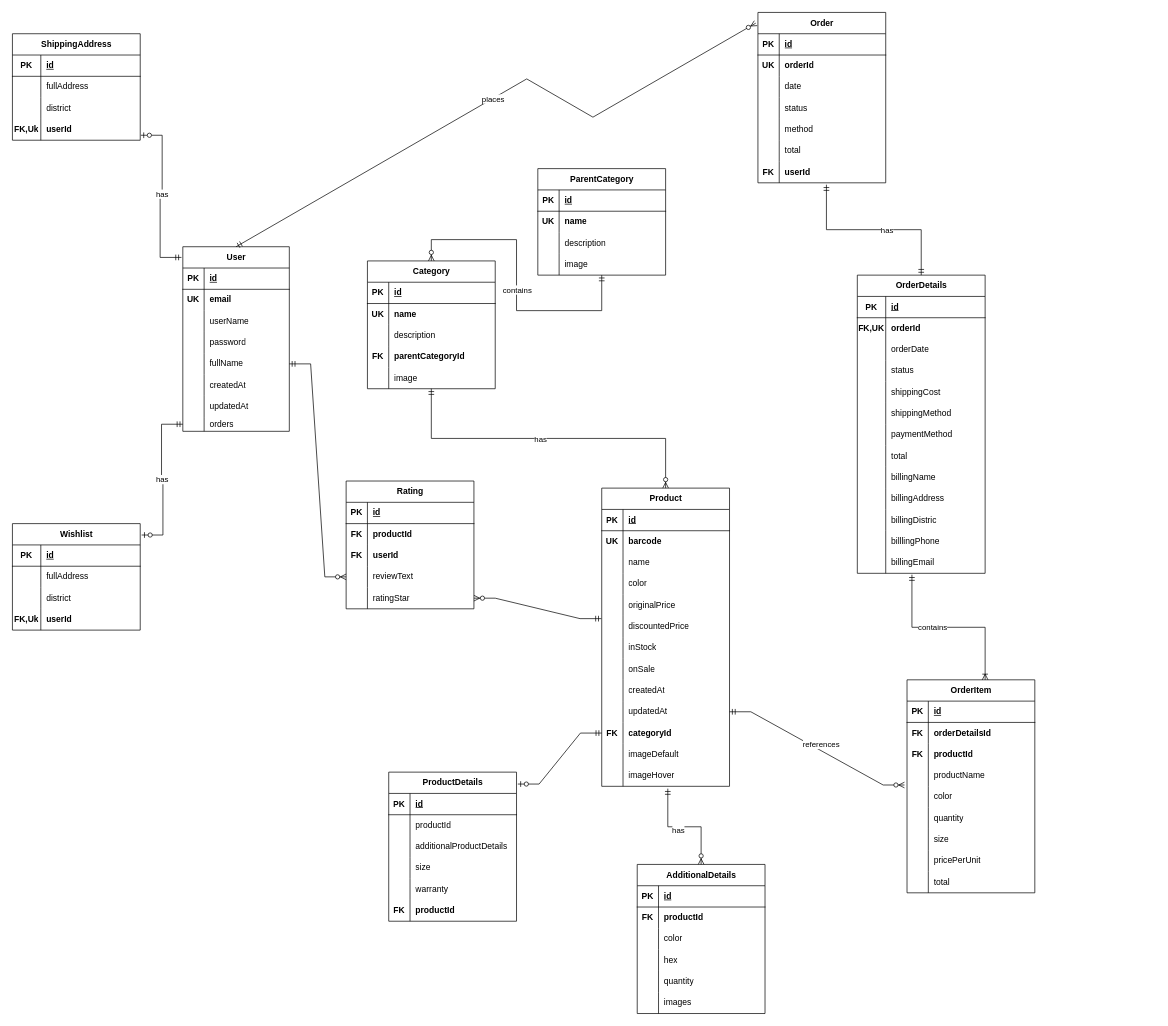
Before: Untitled Diagram.drawio in RadifTajwar/tithi-khalamoni, a draw.io diagram. Source tidied: cells renumbered, new cells numbered last; positions are measured from the earlier drawing's top-left corner, leaving out a move shared by most shapes. Both pictures are drawn from the tidied source at 71%, with x=0, y=0 at pixel (12, 12).
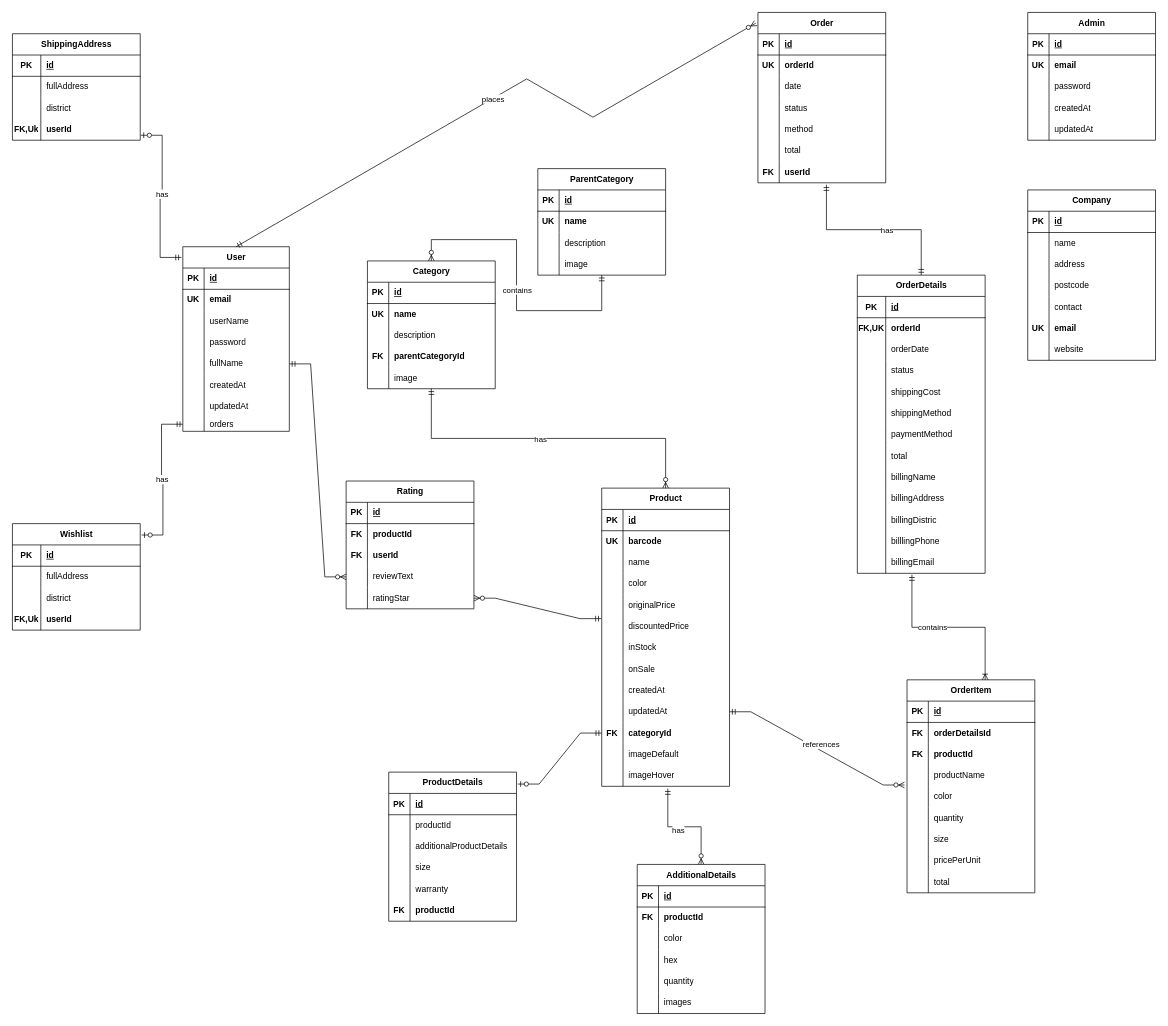
The same page after the edit.

Diff of the diagram source:
```diff
@@
+    <mxCell id="287" value="Admin" style="shape=table;startSize=30;childLayout=tableLayout;rowLines=0;fontStyle=1;align=center;html=1;" parent="1" vertex="1">
+      <mxGeometry x="1430" width="180" height="180" as="geometry" />
+    </mxCell>
+    <mxCell id="288" style="shape=tableRow;horizontal=0;startSize=0;swimlaneHead=0;swimlaneBody=0;fillColor=none;top=0;left=0;right=0;bottom=1;" parent="287" vertex="1">
+      <mxGeometry y="30" width="180" height="30" as="geometry" />
+    </mxCell>
+    <mxCell id="289" value="PK" style="shape=partialRectangle;fillColor=none;top=0;left=0;bottom=0;right=0;fontStyle=1;overflow=hidden;whiteSpace=wrap;html=1;" parent="288" vertex="1">
+      <mxGeometry width="30" height="30" as="geometry" />
+    </mxCell>
+    <mxCell id="290" value="id" style="shape=partialRectangle;fillColor=none;top=0;left=0;bottom=0;right=0;align=left;spacingLeft=6;fontStyle=5;overflow=hidden;whiteSpace=wrap;html=1;" parent="288" vertex="1">
+      <mxGeometry x="30" width="150" height="30" as="geometry" />
+    </mxCell>
+    <mxCell id="291" style="shape=tableRow;horizontal=0;startSize=0;swimlaneHead=0;swimlaneBody=0;fillColor=none;top=0;left=0;right=0;bottom=0;" parent="287" vertex="1">
+      <mxGeometry y="60" width="180" height="30" as="geometry" />
+    </mxCell>
+    <mxCell id="292" value="UK" style="shape=partialRectangle;fillColor=none;top=0;left=0;bottom=0;right=0;overflow=hidden;whiteSpace=wrap;html=1;fontStyle=1;" parent="291" vertex="1">
+      <mxGeometry width="30" height="30" as="geometry" />
+    </mxCell>
+    <mxCell id="293" value="email" style="shape=partialRectangle;fillColor=none;top=0;left=0;bottom=0;right=0;align=left;spacingLeft=6;overflow=hidden;whiteSpace=wrap;html=1;fontStyle=1;" parent="291" vertex="1">
+      <mxGeometry x="30" width="150" height="30" as="geometry" />
+    </mxCell>
+    <mxCell id="294" style="shape=tableRow;horizontal=0;startSize=0;swimlaneHead=0;swimlaneBody=0;fillColor=none;top=0;left=0;right=0;bottom=0;" parent="287" vertex="1">
+      <mxGeometry y="90" width="180" height="30" as="geometry" />
+    </mxCell>
+    <mxCell id="295" style="shape=partialRectangle;fillColor=none;top=0;left=0;bottom=0;right=0;overflow=hidden;whiteSpace=wrap;html=1;" parent="294" vertex="1">
+      <mxGeometry width="30" height="30" as="geometry" />
+    </mxCell>
+    <mxCell id="296" value="password" style="shape=partialRectangle;fillColor=none;top=0;left=0;bottom=0;right=0;align=left;spacingLeft=6;overflow=hidden;whiteSpace=wrap;html=1;" parent="294" vertex="1">
+      <mxGeometry x="30" width="150" height="30" as="geometry" />
+    </mxCell>
+    <mxCell id="297" style="shape=tableRow;horizontal=0;startSize=0;swimlaneHead=0;swimlaneBody=0;fillColor=none;top=0;left=0;right=0;bottom=0;" parent="287" vertex="1">
+      <mxGeometry y="120" width="180" height="30" as="geometry" />
+    </mxCell>
+    <mxCell id="298" style="shape=partialRectangle;fillColor=none;top=0;left=0;bottom=0;right=0;overflow=hidden;whiteSpace=wrap;html=1;" parent="297" vertex="1">
+      <mxGeometry width="30" height="30" as="geometry" />
+    </mxCell>
+    <mxCell id="299" value="createdAt" style="shape=partialRectangle;fillColor=none;top=0;left=0;bottom=0;right=0;align=left;spacingLeft=6;overflow=hidden;whiteSpace=wrap;html=1;" parent="297" vertex="1">
+      <mxGeometry x="30" width="150" height="30" as="geometry" />
+    </mxCell>
+    <mxCell id="300" style="shape=tableRow;horizontal=0;startSize=0;swimlaneHead=0;swimlaneBody=0;fillColor=none;top=0;left=0;right=0;bottom=0;" parent="287" vertex="1">
+      <mxGeometry y="150" width="180" height="30" as="geometry" />
+    </mxCell>
+    <mxCell id="301" style="shape=partialRectangle;fillColor=none;top=0;left=0;bottom=0;right=0;overflow=hidden;whiteSpace=wrap;html=1;" parent="300" vertex="1">
+      <mxGeometry width="30" height="30" as="geometry" />
+    </mxCell>
+    <mxCell id="302" value="updatedAt" style="shape=partialRectangle;fillColor=none;top=0;left=0;bottom=0;right=0;align=left;spacingLeft=6;overflow=hidden;whiteSpace=wrap;html=1;" parent="300" vertex="1">
+      <mxGeometry x="30" width="150" height="30" as="geometry" />
+    </mxCell>
+    <mxCell id="303" value="Company" style="shape=table;startSize=30;childLayout=tableLayout;rowLines=0;fontStyle=1;align=center;html=1;" parent="1" vertex="1">
+      <mxGeometry x="1430" y="250" width="180" height="240" as="geometry" />
+    </mxCell>
+    <mxCell id="304" style="shape=tableRow;horizontal=0;startSize=0;swimlaneHead=0;swimlaneBody=0;fillColor=none;top=0;left=0;right=0;bottom=1;" parent="303" vertex="1">
+      <mxGeometry y="30" width="180" height="30" as="geometry" />
+    </mxCell>
+    <mxCell id="305" value="PK" style="shape=partialRectangle;fillColor=none;top=0;left=0;bottom=0;right=0;fontStyle=1;overflow=hidden;whiteSpace=wrap;html=1;" parent="304" vertex="1">
+      <mxGeometry width="30" height="30" as="geometry" />
+    </mxCell>
+    <mxCell id="306" value="id" style="shape=partialRectangle;fillColor=none;top=0;left=0;bottom=0;right=0;align=left;spacingLeft=6;fontStyle=5;overflow=hidden;whiteSpace=wrap;html=1;" parent="304" vertex="1">
+      <mxGeometry x="30" width="150" height="30" as="geometry" />
+    </mxCell>
+    <mxCell id="307" style="shape=tableRow;horizontal=0;startSize=0;swimlaneHead=0;swimlaneBody=0;fillColor=none;top=0;left=0;right=0;bottom=0;" parent="303" vertex="1">
+      <mxGeometry y="60" width="180" height="30" as="geometry" />
+    </mxCell>
+    <mxCell id="308" style="shape=partialRectangle;fillColor=none;top=0;left=0;bottom=0;right=0;overflow=hidden;whiteSpace=wrap;html=1;" parent="307" vertex="1">
+      <mxGeometry width="30" height="30" as="geometry" />
+    </mxCell>
+    <mxCell id="309" value="name" style="shape=partialRectangle;fillColor=none;top=0;left=0;bottom=0;right=0;align=left;spacingLeft=6;overflow=hidden;whiteSpace=wrap;html=1;" parent="307" vertex="1">
+      <mxGeometry x="30" width="150" height="30" as="geometry" />
+    </mxCell>
+    <mxCell id="310" style="shape=tableRow;horizontal=0;startSize=0;swimlaneHead=0;swimlaneBody=0;fillColor=none;top=0;left=0;right=0;bottom=0;" parent="303" vertex="1">
+      <mxGeometry y="90" width="180" height="30" as="geometry" />
+    </mxCell>
+    <mxCell id="311" style="shape=partialRectangle;fillColor=none;top=0;left=0;bottom=0;right=0;overflow=hidden;whiteSpace=wrap;html=1;" parent="310" vertex="1">
+      <mxGeometry width="30" height="30" as="geometry" />
+    </mxCell>
+    <mxCell id="312" value="address" style="shape=partialRectangle;fillColor=none;top=0;left=0;bottom=0;right=0;align=left;spacingLeft=6;overflow=hidden;whiteSpace=wrap;html=1;" parent="310" vertex="1">
+      <mxGeometry x="30" width="150" height="30" as="geometry" />
+    </mxCell>
+    <mxCell id="313" style="shape=tableRow;horizontal=0;startSize=0;swimlaneHead=0;swimlaneBody=0;fillColor=none;top=0;left=0;right=0;bottom=0;" parent="303" vertex="1">
+      <mxGeometry y="120" width="180" height="30" as="geometry" />
+    </mxCell>
+    <mxCell id="314" style="shape=partialRectangle;fillColor=none;top=0;left=0;bottom=0;right=0;overflow=hidden;whiteSpace=wrap;html=1;" parent="313" vertex="1">
+      <mxGeometry width="30" height="30" as="geometry" />
+    </mxCell>
+    <mxCell id="315" value="postcode" style="shape=partialRectangle;fillColor=none;top=0;left=0;bottom=0;right=0;align=left;spacingLeft=6;overflow=hidden;whiteSpace=wrap;html=1;" parent="313" vertex="1">
+      <mxGeometry x="30" width="150" height="30" as="geometry" />
+    </mxCell>
+    <mxCell id="316" style="shape=tableRow;horizontal=0;startSize=0;swimlaneHead=0;swimlaneBody=0;fillColor=none;top=0;left=0;right=0;bottom=0;" parent="303" vertex="1">
+      <mxGeometry y="150" width="180" height="30" as="geometry" />
+    </mxCell>
+    <mxCell id="317" style="shape=partialRectangle;fillColor=none;top=0;left=0;bottom=0;right=0;overflow=hidden;whiteSpace=wrap;html=1;" parent="316" vertex="1">
+      <mxGeometry width="30" height="30" as="geometry" />
+    </mxCell>
+    <mxCell id="318" value="contact" style="shape=partialRectangle;fillColor=none;top=0;left=0;bottom=0;right=0;align=left;spacingLeft=6;overflow=hidden;whiteSpace=wrap;html=1;" parent="316" vertex="1">
+      <mxGeometry x="30" width="150" height="30" as="geometry" />
+    </mxCell>
+    <mxCell id="319" style="shape=tableRow;horizontal=0;startSize=0;swimlaneHead=0;swimlaneBody=0;fillColor=none;top=0;left=0;right=0;bottom=0;" parent="303" vertex="1">
+      <mxGeometry y="180" width="180" height="30" as="geometry" />
+    </mxCell>
+    <mxCell id="320" value="&lt;b&gt;UK&lt;/b&gt;" style="shape=partialRectangle;fillColor=none;top=0;left=0;bottom=0;right=0;overflow=hidden;whiteSpace=wrap;html=1;" parent="319" vertex="1">
+      <mxGeometry width="30" height="30" as="geometry" />
+    </mxCell>
+    <mxCell id="321" value="email" style="shape=partialRectangle;fillColor=none;top=0;left=0;bottom=0;right=0;align=left;spacingLeft=6;overflow=hidden;whiteSpace=wrap;html=1;fontStyle=1;" parent="319" vertex="1">
+      <mxGeometry x="30" width="150" height="30" as="geometry" />
+    </mxCell>
+    <mxCell id="322" style="shape=tableRow;horizontal=0;startSize=0;swimlaneHead=0;swimlaneBody=0;fillColor=none;top=0;left=0;right=0;bottom=0;" parent="303" vertex="1">
+      <mxGeometry y="210" width="180" height="30" as="geometry" />
+    </mxCell>
+    <mxCell id="323" style="shape=partialRectangle;fillColor=none;top=0;left=0;bottom=0;right=0;overflow=hidden;whiteSpace=wrap;html=1;" parent="322" vertex="1">
+      <mxGeometry width="30" height="30" as="geometry" />
+    </mxCell>
+    <mxCell id="324" value="website" style="shape=partialRectangle;fillColor=none;top=0;left=0;bottom=0;right=0;align=left;spacingLeft=6;overflow=hidden;whiteSpace=wrap;html=1;" parent="322" vertex="1">
+      <mxGeometry x="30" width="150" height="30" as="geometry" />
+    </mxCell>
```
